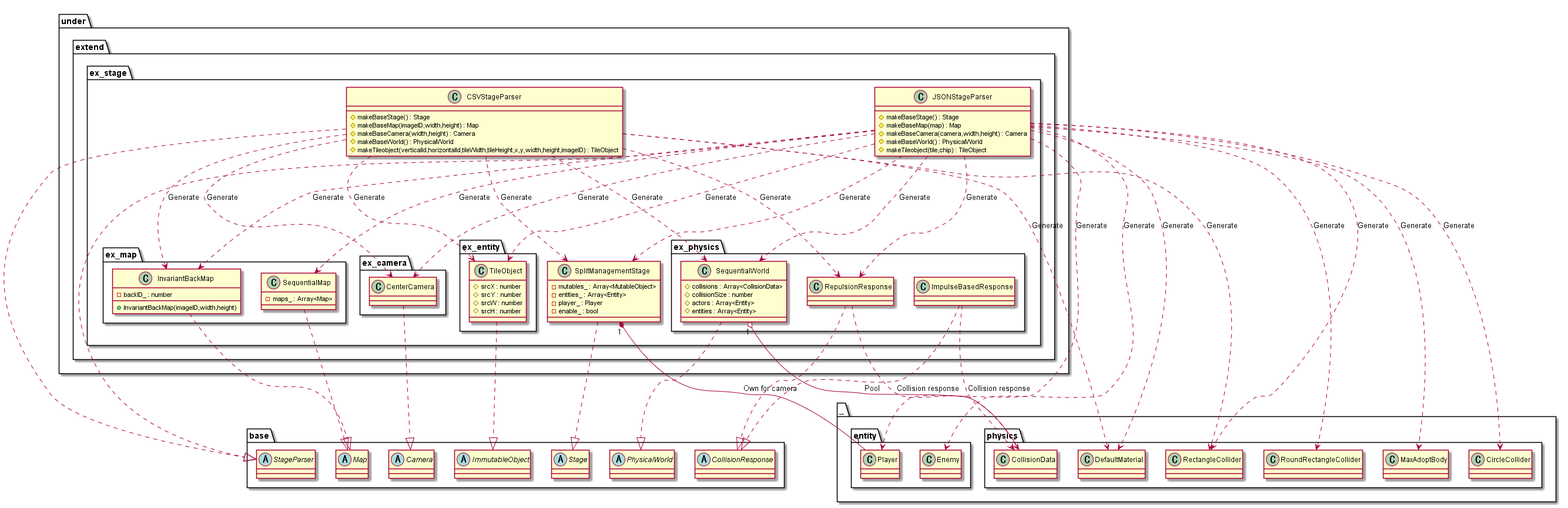
Earlier version of the PlantUML export out/uml/stage/Extend/StageExtend.png (Expine/Under). The source it was exported from:
```plantuml
@startuml StageExtend
package under {
    package extend {
        package ex_stage {
            class CSVStageParser {
                #makeBaseStage() : Stage
                #makeBaseMap(imageID,width,height) : Map
                #makeBaseCamera(width,height) : Camera
                #makeBaseWorld() : PhysicalWorld
                #makeTileobject(verticalId,horizontalId,tileWidth,tileHeight,x,y,width,height,imageID) : TileObject
            }
            class JSONStageParser {
                #makeBaseStage() : Stage
                #makeBaseMap(map) : Map
                #makeBaseCamera(camera,width,height) : Camera
                #makeBaseWorld() : PhysicalWorld
                #makeTileobject(tile,chip) : TileObject
            }
            class SplitManagementStage {
                -mutables_ : Array<MutableObject>
                -entities_ : Array<Entity>
                -player_ : Player
                -enable_ : bool
            }
            package ex_map {
                class SequentialMap {
                    -maps_ : Array<Map>
                }
                class InvariantBackMap {
                    +InvariantBackMap(imageID,width,height)
                    -backID_ : number
                }
            }
            package ex_camera {
                class CenterCamera
            }

            package ex_entity {
                class TileObject {
                    #srcX : number
                    #srcY : number
                    #srcW : number
                    #srcH : number
                }
            }

            package ex_physics {
                class SequentialWorld {
                    #collisions : Array<CollisionData>
                    #collisionSize : number
                    #actors : Array<Entity>
                    #entities : Array<Entity>
                }
                class ImpulseBasedResponse
                class RepulsionResponse
            }
        }
    }
}

package _ {
    package entity {
        class Player
        class Enemy
    }
    package physics {
        class CircleCollider
        class RectangleCollider
        class RoundRectangleCollider
        class MaxAdoptBody
        class DefaultMaterial
        class CollisionData
    }
}

package base {
    abstract ImmutableObject
    abstract StageParser
    abstract Stage
    abstract Map
    abstract Camera
    abstract CollisionResponse
    abstract PhysicalWorld
}

CSVStageParser ...> SplitManagementStage : Generate
CSVStageParser ...> CenterCamera : Generate
CSVStageParser ...> InvariantBackMap : Generate
CSVStageParser ...> SequentialWorld : Generate
CSVStageParser ...> RepulsionResponse : Generate
CSVStageParser ...> TileObject : Generate
CSVStageParser ...> RectangleCollider : Generate
CSVStageParser ...> DefaultMaterial : Generate
JSONStageParser ...> SplitManagementStage : Generate
JSONStageParser ...> CenterCamera : Generate
JSONStageParser ...> SequentialMap : Generate
JSONStageParser ...> InvariantBackMap : Generate
JSONStageParser ...> SequentialWorld : Generate
JSONStageParser ...> RepulsionResponse : Generate
JSONStageParser ...> TileObject : Generate
JSONStageParser ...> RectangleCollider : Generate
JSONStageParser ...> CircleCollider : Generate
JSONStageParser ...> RoundRectangleCollider : Generate
JSONStageParser ...> DefaultMaterial : Generate
JSONStageParser ...> MaxAdoptBody : Generate
JSONStageParser ...> Player : Generate
JSONStageParser ...> Enemy : Generate

SplitManagementStage "1" *-- "1" Player : Own for camera

ImpulseBasedResponse ..> CollisionData : Collision response
RepulsionResponse ..> CollisionData : Collision response

CSVStageParser ..|> StageParser
JSONStageParser ..|> StageParser
SplitManagementStage ..|> Stage
CenterCamera ..|> Camera
SequentialMap ..|> Map
InvariantBackMap ..|> Map
SequentialWorld ..|> PhysicalWorld
SequentialWorld "1" o--"*"CollisionData : Pool
TileObject ..|> ImmutableObject
ImpulseBasedResponse ..|> CollisionResponse
RepulsionResponse ..|> CollisionResponse

@enduml
```
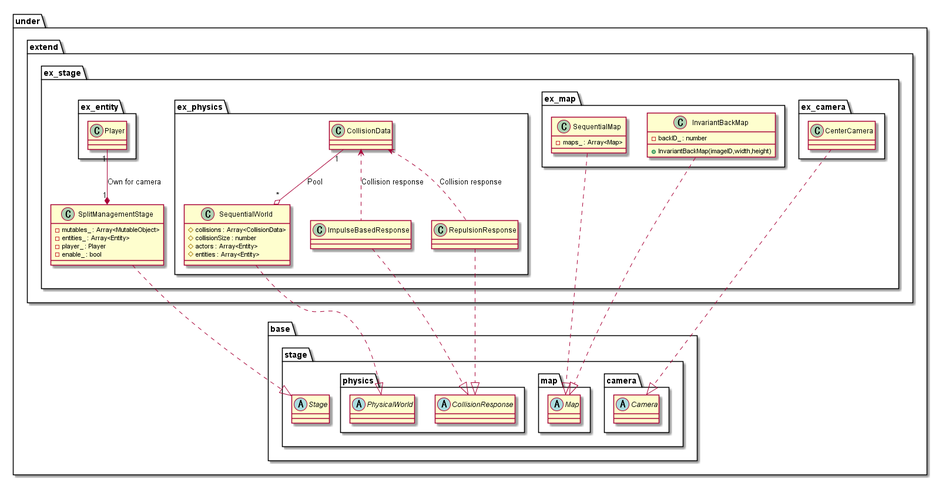
Above is the later version.

Diff of the diagram source:
```diff
@@ -2,20 +2,6 @@
 package under {
     package extend {
         package ex_stage {
-            class CSVStageParser {
-                #makeBaseStage() : Stage
-                #makeBaseMap(imageID,width,height) : Map
-                #makeBaseCamera(width,height) : Camera
-                #makeBaseWorld() : PhysicalWorld
-                #makeTileobject(verticalId,horizontalId,tileWidth,tileHeight,x,y,width,height,imageID) : TileObject
-            }
-            class JSONStageParser {
-                #makeBaseStage() : Stage
-                #makeBaseMap(map) : Map
-                #makeBaseCamera(camera,width,height) : Camera
-                #makeBaseWorld() : PhysicalWorld
-                #makeTileobject(tile,chip) : TileObject
-            }
             class SplitManagementStage {
                 -mutables_ : Array<MutableObject>
                 -entities_ : Array<Entity>
@@ -35,15 +21,6 @@
                 class CenterCamera
             }
 
-            package ex_entity {
-                class TileObject {
-                    #srcX : number
-                    #srcY : number
-                    #srcW : number
-                    #srcH : number
-                }
-            }
-
             package ex_physics {
                 class SequentialWorld {
                     #collisions : Array<CollisionData>
@@ -58,68 +35,47 @@
     }
 }
 
-package _ {
-    package entity {
-        class Player
-        class Enemy
+package under {
+    package base {
+        package stage {
+            abstract Stage
+            package map {
+                abstract Map
+            }
+            package camera {
+                abstract Camera
+            }
+            package physics {
+                abstract PhysicalWorld
+                abstract CollisionResponse
+            }
+        }
     }
-    package physics {
-        class CircleCollider
-        class RectangleCollider
-        class RoundRectangleCollider
-        class MaxAdoptBody
-        class DefaultMaterial
-        class CollisionData
+
+    package extend {
+        package ex_stage {
+            package ex_entity {
+                class Player
+            }
+            package ex_physics {
+                class CollisionData
+            }
+        }
     }
 }
 
-package base {
-    abstract ImmutableObject
-    abstract StageParser
-    abstract Stage
-    abstract Map
-    abstract Camera
-    abstract CollisionResponse
-    abstract PhysicalWorld
-}
 
-CSVStageParser ...> SplitManagementStage : Generate
-CSVStageParser ...> CenterCamera : Generate
-CSVStageParser ...> InvariantBackMap : Generate
-CSVStageParser ...> SequentialWorld : Generate
-CSVStageParser ...> RepulsionResponse : Generate
-CSVStageParser ...> TileObject : Generate
-CSVStageParser ...> RectangleCollider : Generate
-CSVStageParser ...> DefaultMaterial : Generate
-JSONStageParser ...> SplitManagementStage : Generate
-JSONStageParser ...> CenterCamera : Generate
-JSONStageParser ...> SequentialMap : Generate
-JSONStageParser ...> InvariantBackMap : Generate
-JSONStageParser ...> SequentialWorld : Generate
-JSONStageParser ...> RepulsionResponse : Generate
-JSONStageParser ...> TileObject : Generate
-JSONStageParser ...> RectangleCollider : Generate
-JSONStageParser ...> CircleCollider : Generate
-JSONStageParser ...> RoundRectangleCollider : Generate
-JSONStageParser ...> DefaultMaterial : Generate
-JSONStageParser ...> MaxAdoptBody : Generate
-JSONStageParser ...> Player : Generate
-JSONStageParser ...> Enemy : Generate
+Player "1"--*"1" SplitManagementStage : Own for camera
 
-SplitManagementStage "1" *-- "1" Player : Own for camera
+CollisionData <.. ImpulseBasedResponse : Collision response
+CollisionData <.. RepulsionResponse : Collision response
+CollisionData "1"--o "*"SequentialWorld : Pool
 
-ImpulseBasedResponse ..> CollisionData : Collision response
-RepulsionResponse ..> CollisionData : Collision response
-
-CSVStageParser ..|> StageParser
-JSONStageParser ..|> StageParser
 SplitManagementStage ..|> Stage
 CenterCamera ..|> Camera
 SequentialMap ..|> Map
 InvariantBackMap ..|> Map
 SequentialWorld ..|> PhysicalWorld
-SequentialWorld "1" o--"*"CollisionData : Pool
-TileObject ..|> ImmutableObject
 ImpulseBasedResponse ..|> CollisionResponse
 RepulsionResponse ..|> CollisionResponse
 
```
